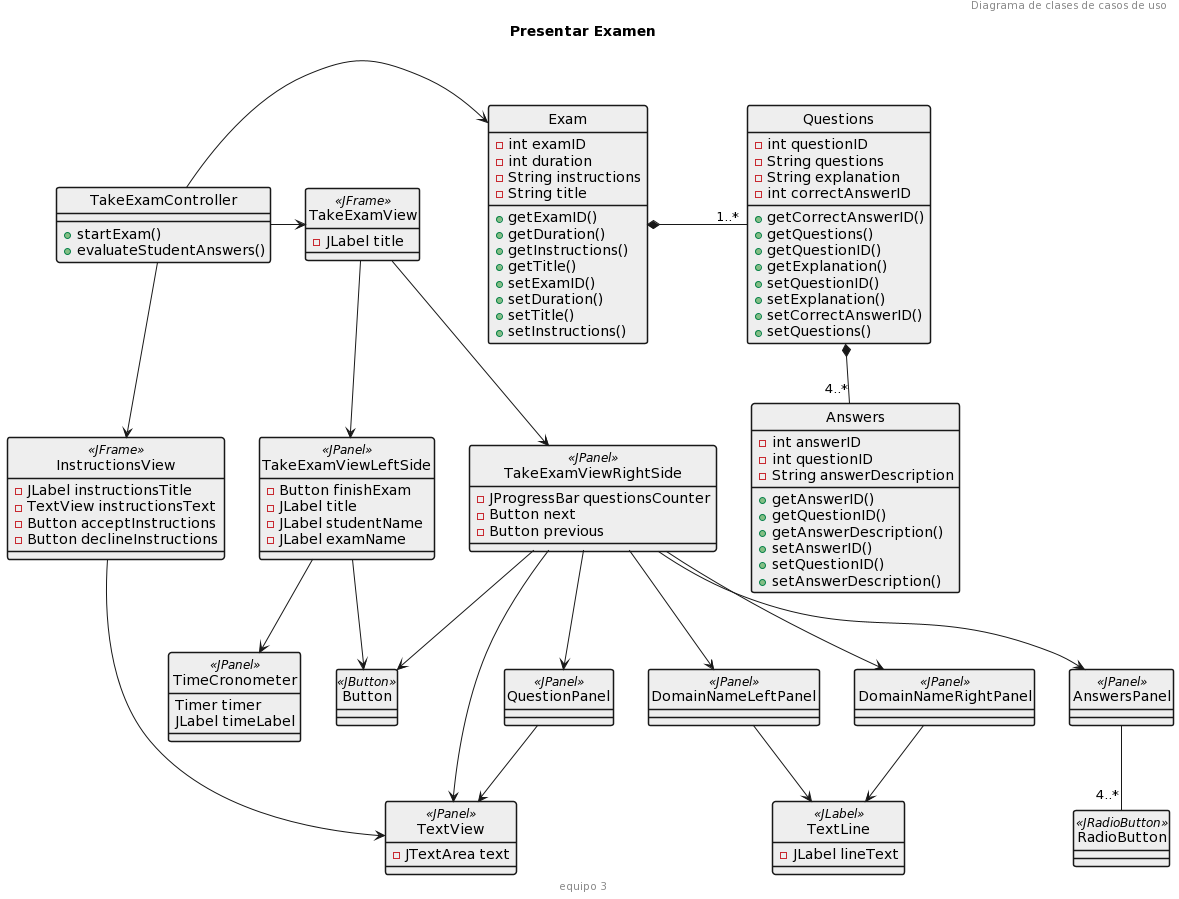
Before: diagramaClasesDeDiseño/Diagrama de clases.png, a diagram exported from PlantUML (febres35/EdTech_IS).
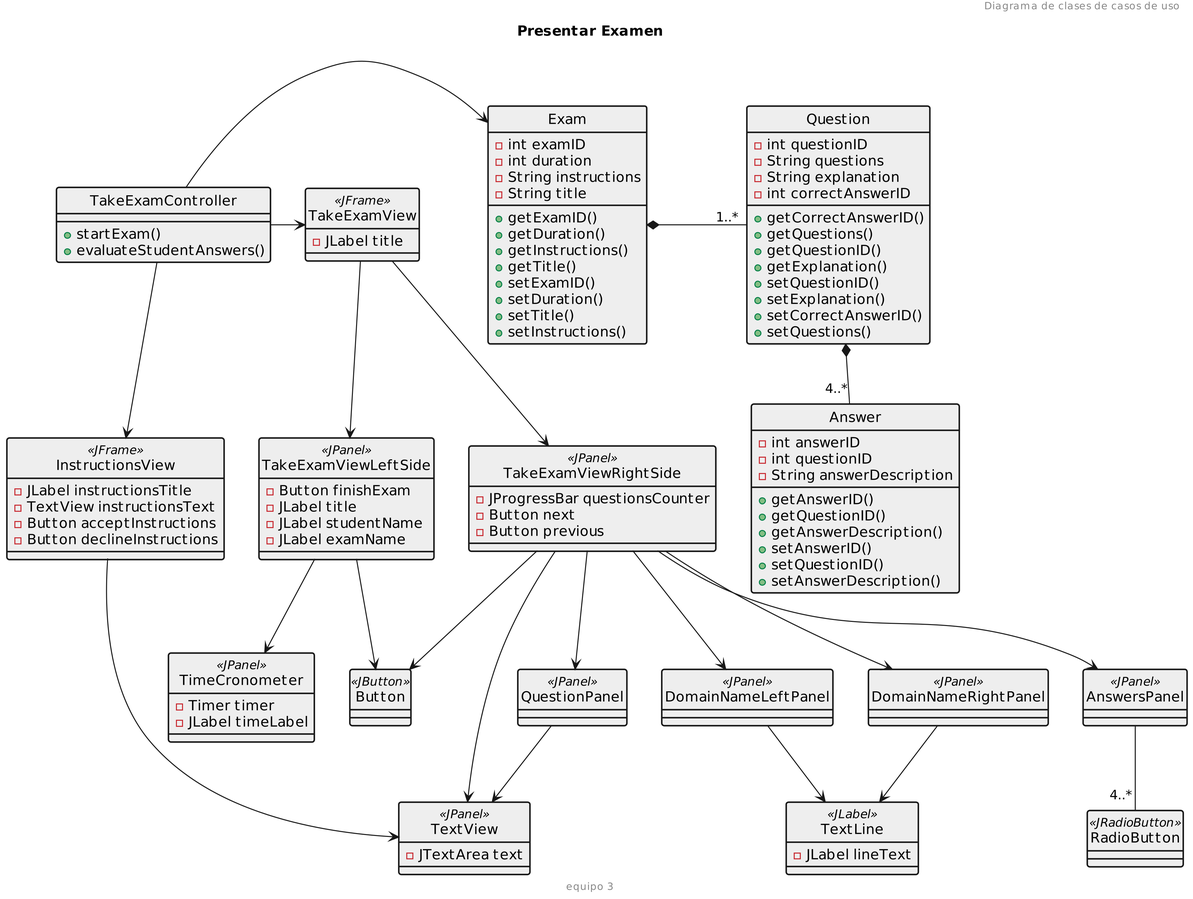
The same diagram one commit later.

Commit message:
Agregado skinparam para aumentar resolucion

The edit, as a diff of the source:
```diff
@@ -6,6 +6,7 @@
 skinparam style strictuml
 skinparam ClassBackGroundColor EEEEEE
 skinparam ClassBorderThickness 1.5
+skinparam Dpi 300
 
 class InstructionsView <<JFrame>>{
     -JLabel instructionsTitle
@@ -46,8 +47,8 @@
 }
 
 class TimeCronometer <<JPanel>>{
-    Timer timer
-    JLabel timeLabel
+    -Timer timer
+    -JLabel timeLabel
 }
 
 class TakeExamViewRightSide <<JPanel>>{
@@ -83,10 +84,9 @@
     +setDuration()
     +setTitle()
     +setInstructions()
-
 }
 
-class Questions{
+class Question{
     -int questionID
     -String questions
     -String explanation
@@ -100,7 +100,8 @@
     +setCorrectAnswerID()
     +setQuestions()
 }
-class Answers{
+
+class Answer{
     -int answerID
     -int questionID
     -String answerDescription
@@ -130,6 +131,6 @@
 DomainNameRightPanel-->TextLine
 QuestionPanel-->TextView
 AnswersPanel--"4..*"RadioButton
-Exam *- "1..*" Questions
-Questions *-down- "4..*" Answers
+Exam *- "1..*" Question
+Question *-down- "4..*" Answer
 @enduml
```
